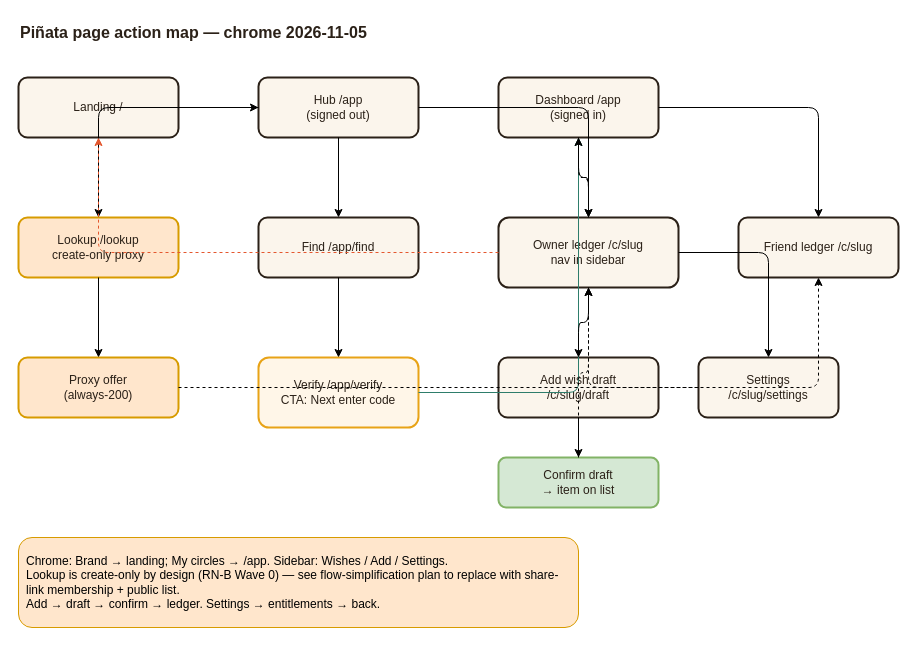
The draw.io diagram docs/diagrams/pinata-page-action-map.drawio in scholtzap/gift-registry, before the edit. Source tidied: cells renumbered, new cells numbered last; positions are measured from the earlier drawing's top-left corner, leaving out a move shared by most shapes. Both pictures are drawn from the tidied source at 100%, with x=0, y=0 at pixel (18, 17).
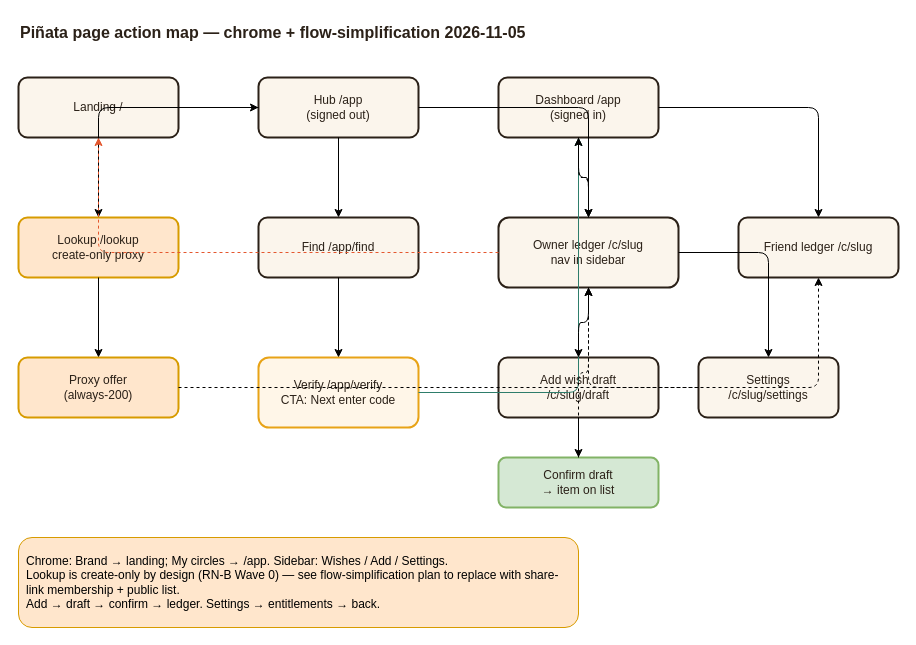
After the change.

The edit, as a diff of the source:
```diff
@@
-    <mxCell id="2" value="Piñata page action map — chrome 2026-11-05" style="text;html=1;fontSize=16;fontStyle=1;align=left;verticalAlign=middle;fontColor=#2B2118;" parent="1" vertex="1">
+    <mxCell id="2" value="Piñata page action map — chrome + flow-simplification 2026-11-05" style="text;html=1;fontSize=16;fontStyle=1;align=left;verticalAlign=middle;fontColor=#2B2118;" parent="1" vertex="1">
       <mxGeometry width="520" height="30" as="geometry" />
     </mxCell>
```
